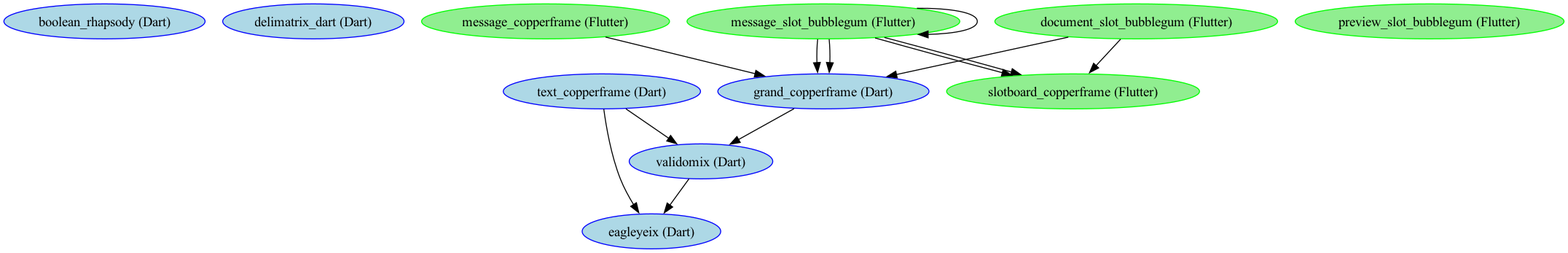
flarebyte/overview keeps this Graphviz diagram as dart-software-dependencies.png. Above is the earlier version. Its source is kept beside it as dart-software-dependencies.dot. Its diagram source:
```dot
digraph SimpleGraph {
booleanrhapsody [label="boolean_rhapsody (Dart)", color=blue, style=filled, fillcolor=lightblue];
delimatrixdart [label="delimatrix_dart (Dart)", color=blue, style=filled, fillcolor=lightblue];
eagleyeix [label="eagleyeix (Dart)", color=blue, style=filled, fillcolor=lightblue];
grandcopperframe [label="grand_copperframe (Dart)", color=blue, style=filled, fillcolor=lightblue];
textcopperframe [label="text_copperframe (Dart)", color=blue, style=filled, fillcolor=lightblue];
validomix [label="validomix (Dart)", color=blue, style=filled, fillcolor=lightblue];
documentslotbubblegum [label="document_slot_bubblegum (Flutter)", color=green, style=filled, fillcolor=lightgreen];
messagecopperframe [label="message_copperframe (Flutter)", color=green, style=filled, fillcolor=lightgreen];
messageslotbubblegum [label="message_slot_bubblegum (Flutter)", color=green, style=filled, fillcolor=lightgreen];
previewslotbubblegum [label="preview_slot_bubblegum (Flutter)", color=green, style=filled, fillcolor=lightgreen];
slotboardcopperframe [label="slotboard_copperframe (Flutter)", color=green, style=filled, fillcolor=lightgreen];
textcopperframe -> eagleyeix
validomix -> eagleyeix
grandcopperframe -> validomix
textcopperframe -> validomix
messagecopperframe -> grandcopperframe
messageslotbubblegum -> grandcopperframe
messageslotbubblegum -> grandcopperframe
documentslotbubblegum -> grandcopperframe
messageslotbubblegum -> messageslotbubblegum
messageslotbubblegum -> slotboardcopperframe
messageslotbubblegum -> slotboardcopperframe
documentslotbubblegum -> slotboardcopperframe
}
```
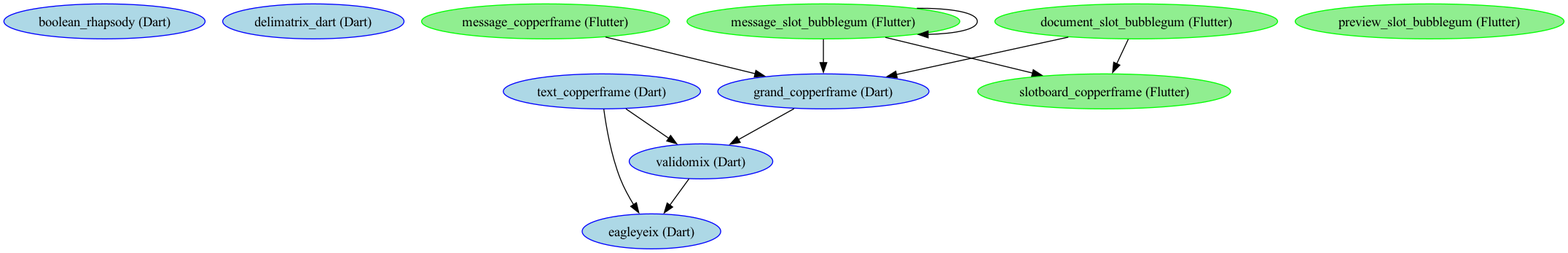
The same diagram one commit later.

Change to the diagram source:
```diff
@@ -10,16 +10,14 @@
 messageslotbubblegum [label="message_slot_bubblegum (Flutter)", color=green, style=filled, fillcolor=lightgreen];
 previewslotbubblegum [label="preview_slot_bubblegum (Flutter)", color=green, style=filled, fillcolor=lightgreen];
 slotboardcopperframe [label="slotboard_copperframe (Flutter)", color=green, style=filled, fillcolor=lightgreen];
-textcopperframe -> eagleyeix
-validomix -> eagleyeix
+documentslotbubblegum -> grandcopperframe
+documentslotbubblegum -> slotboardcopperframe
 grandcopperframe -> validomix
-textcopperframe -> validomix
 messagecopperframe -> grandcopperframe
 messageslotbubblegum -> grandcopperframe
-messageslotbubblegum -> grandcopperframe
-documentslotbubblegum -> grandcopperframe
 messageslotbubblegum -> messageslotbubblegum
 messageslotbubblegum -> slotboardcopperframe
-messageslotbubblegum -> slotboardcopperframe
-documentslotbubblegum -> slotboardcopperframe
+textcopperframe -> eagleyeix
+textcopperframe -> validomix
+validomix -> eagleyeix
 }
```
